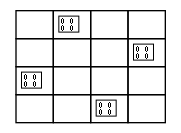
Before: solution.png, a diagram exported from Graphviz (CSUNSA1704250/parallel-nqueens-problem-qts). Its source is kept beside it as solution.dot.
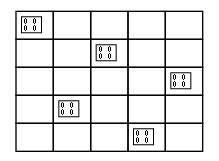
After the commit.

What changed in the source:
```diff
@@ -3,10 +3,11 @@
 	some_node [
 	label=<
 		<table border="0" cellborder="1" cellspacing="0">
-			<tr><td> </td><td>&#9813; </td><td> </td><td> </td></tr>
-			<tr><td> </td><td> </td><td> </td><td>&#9813; </td></tr>
-			<tr><td>&#9813; </td><td> </td><td> </td><td> </td></tr>
-			<tr><td> </td><td> </td><td>&#9813; </td><td> </td></tr>
+			<tr><td>&#9813; </td><td> </td><td> </td><td> </td><td> </td></tr>
+			<tr><td> </td><td> </td><td>&#9813; </td><td> </td><td> </td></tr>
+			<tr><td> </td><td> </td><td> </td><td> </td><td>&#9813; </td></tr>
+			<tr><td> </td><td>&#9813; </td><td> </td><td> </td><td> </td></tr>
+			<tr><td> </td><td> </td><td> </td><td>&#9813; </td><td> </td></tr>
 		</table>>
 	];
 }
```
